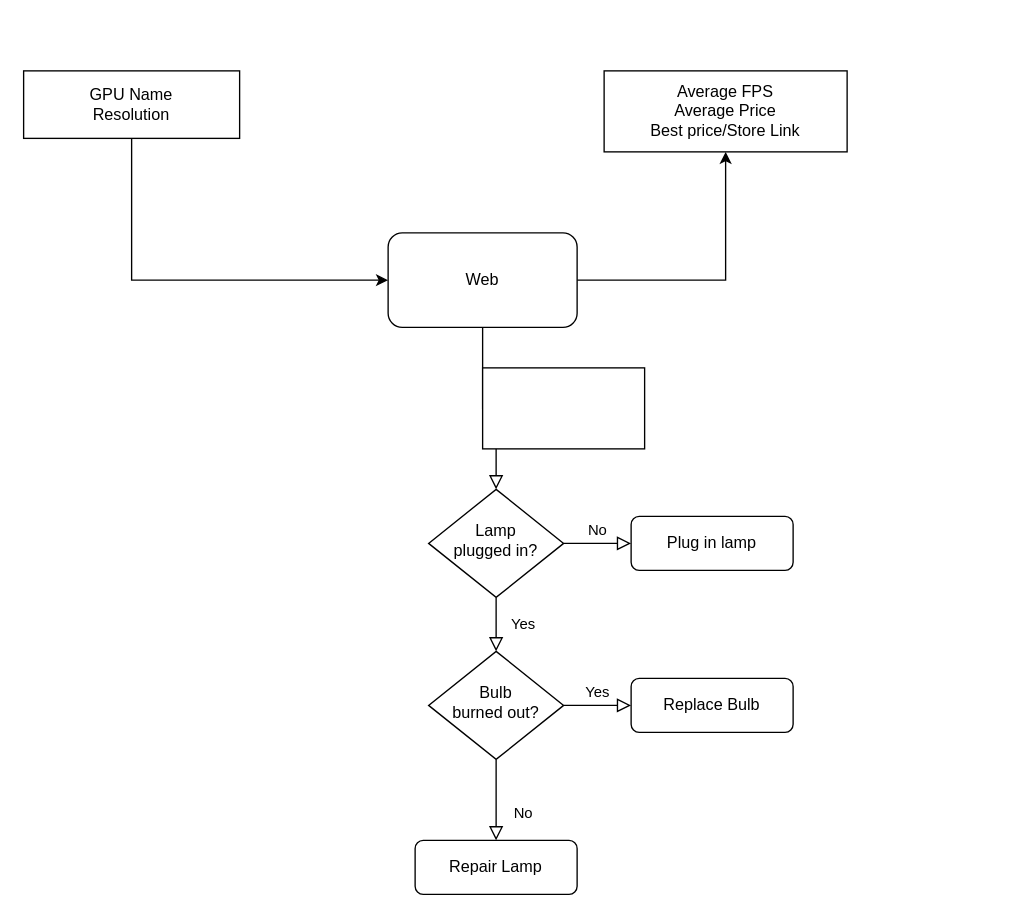
Before: VladsMachine.drawio in SouzaNascimento/VladsMachine, a draw.io diagram. Source tidied: cells renumbered, new cells numbered last; positions are measured from the earlier drawing's top-left corner, leaving out a move shared by most shapes. Both pictures are drawn from the tidied source at 135%, with x=0, y=0 at pixel (23, 70).
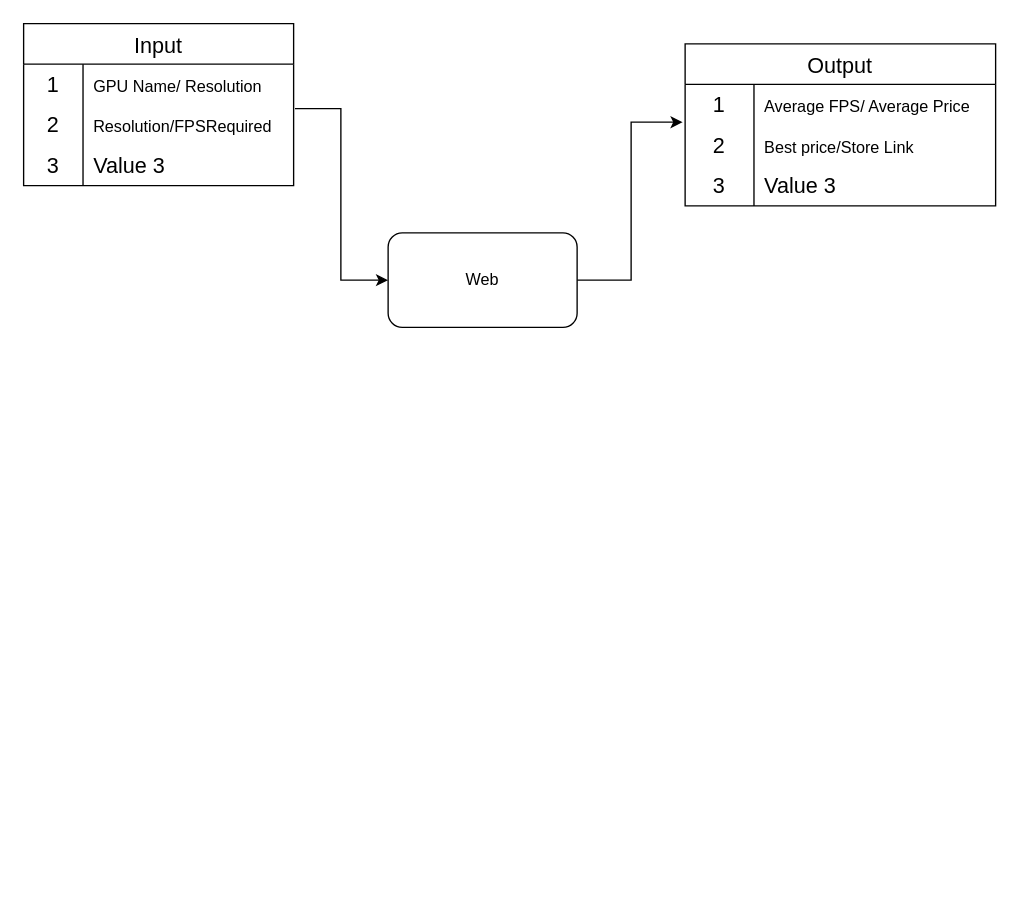
After the change.

Unchanged cells that the change refers to:
```xml
<mxCell id="4" value="Web" style="rounded=1;whiteSpace=wrap;html=1;fontSize=12;glass=0;strokeWidth=1;shadow=0;" parent="1" vertex="1">
  <mxGeometry x="270" y="120" width="140" height="70" as="geometry" />
</mxCell>
```

Change to the diagram source:
```diff
@@
-    <mxCell id="2" style="rounded=0;html=1;jettySize=auto;fontSize=11;endArrow=block;endFill=0;endSize=8;strokeWidth=1;shadow=0;labelBackgroundColor=none;edgeStyle=orthogonalEdgeStyle;" parent="1" edge="1" source="4" target="7">
-      <mxGeometry relative="1" as="geometry" />
-    </mxCell>
-    <mxCell id="3" style="edgeStyle=orthogonalEdgeStyle;rounded=0;jettySize=auto;html=1;entryX=0.5;entryY=1;entryDx=0;entryDy=0;" parent="1" edge="1" source="4" target="17">
+    <mxCell id="3" style="edgeStyle=orthogonalEdgeStyle;rounded=0;jettySize=auto;html=1;entryX=-0.008;entryY=-0.067;entryDx=0;entryDy=0;entryPerimeter=0;exitX=1;exitY=0.5;exitDx=0;exitDy=0;" parent="1" edge="1" source="4" target="32">
       <mxGeometry relative="1" as="geometry" />
     </mxCell>
@@
-    <mxCell id="5" value="Yes" style="rounded=0;html=1;jettySize=auto;fontSize=11;endArrow=block;endFill=0;endSize=8;strokeWidth=1;shadow=0;labelBackgroundColor=none;edgeStyle=orthogonalEdgeStyle;" parent="1" edge="1" source="7" target="11">
-      <mxGeometry y="20" relative="1" as="geometry" />
-    </mxCell>
-    <mxCell id="6" value="No" style="edgeStyle=orthogonalEdgeStyle;rounded=0;html=1;jettySize=auto;fontSize=11;endArrow=block;endFill=0;endSize=8;strokeWidth=1;shadow=0;labelBackgroundColor=none;" parent="1" edge="1" source="7" target="8">
-      <mxGeometry y="10" relative="1" as="geometry" />
-    </mxCell>
-    <mxCell id="7" value="Lamp&lt;br&gt;plugged in?" style="rhombus;whiteSpace=wrap;html=1;shadow=0;fontFamily=Helvetica;fontSize=12;align=center;strokeWidth=1;spacing=6;spacingTop=-4;" parent="1" vertex="1">
-      <mxGeometry x="300" y="310" width="100" height="80" as="geometry" />
-    </mxCell>
-    <mxCell id="8" value="Plug in lamp" style="rounded=1;whiteSpace=wrap;html=1;fontSize=12;glass=0;strokeWidth=1;shadow=0;" parent="1" vertex="1">
-      <mxGeometry x="450" y="330" width="120" height="40" as="geometry" />
-    </mxCell>
-    <mxCell id="9" value="No" style="rounded=0;html=1;jettySize=auto;fontSize=11;endArrow=block;endFill=0;endSize=8;strokeWidth=1;shadow=0;labelBackgroundColor=none;edgeStyle=orthogonalEdgeStyle;" parent="1" edge="1" source="11" target="12">
-      <mxGeometry x="0.33" y="20" relative="1" as="geometry" />
-    </mxCell>
-    <mxCell id="10" value="Yes" style="edgeStyle=orthogonalEdgeStyle;rounded=0;html=1;jettySize=auto;fontSize=11;endArrow=block;endFill=0;endSize=8;strokeWidth=1;shadow=0;labelBackgroundColor=none;" parent="1" edge="1" source="11" target="13">
-      <mxGeometry y="10" relative="1" as="geometry" />
-    </mxCell>
-    <mxCell id="11" value="Bulb&lt;br&gt;burned out?" style="rhombus;whiteSpace=wrap;html=1;shadow=0;fontFamily=Helvetica;fontSize=12;align=center;strokeWidth=1;spacing=6;spacingTop=-4;" parent="1" vertex="1">
-      <mxGeometry x="300" y="430" width="100" height="80" as="geometry" />
-    </mxCell>
-    <mxCell id="12" value="Repair Lamp" style="rounded=1;whiteSpace=wrap;html=1;fontSize=12;glass=0;strokeWidth=1;shadow=0;" parent="1" vertex="1">
-      <mxGeometry x="290" y="570" width="120" height="40" as="geometry" />
-    </mxCell>
-    <mxCell id="13" value="Replace Bulb" style="rounded=1;whiteSpace=wrap;html=1;fontSize=12;glass=0;strokeWidth=1;shadow=0;" parent="1" vertex="1">
-      <mxGeometry x="450" y="450" width="120" height="40" as="geometry" />
-    </mxCell>
-    <mxCell id="14" style="rounded=0;whiteSpace=wrap;html=1;" parent="1" vertex="1">
-      <mxGeometry x="340" y="220" width="120" height="60" as="geometry" />
-    </mxCell>
-    <mxCell id="15" style="edgeStyle=orthogonalEdgeStyle;rounded=0;jettySize=auto;html=1;exitX=0.5;exitY=1;exitDx=0;exitDy=0;entryX=0;entryY=0.5;entryDx=0;entryDy=0;" parent="1" edge="1" source="16" target="4">
+    <mxCell id="15" style="edgeStyle=orthogonalEdgeStyle;rounded=0;jettySize=auto;html=1;entryX=0;entryY=0.5;entryDx=0;entryDy=0;exitX=1.005;exitY=0.1;exitDx=0;exitDy=0;exitPerimeter=0;" parent="1" edge="1" source="22" target="4">
       <mxGeometry relative="1" as="geometry" />
     </mxCell>
-    <mxCell id="16" value="GPU Name&lt;div&gt;Resolution&lt;/div&gt;" style="rounded=0;whiteSpace=wrap;html=1;" parent="1" vertex="1">
-      <mxGeometry width="160" height="50" as="geometry" />
-    </mxCell>
-    <mxCell id="17" value="Average FPS&lt;div&gt;Average Price&lt;/div&gt;&lt;div&gt;Best price/Store Link&lt;/div&gt;" style="rounded=0;whiteSpace=wrap;html=1;" parent="1" vertex="1">
-      <mxGeometry x="430" width="180" height="60" as="geometry" />
-    </mxCell>
+    <mxCell id="18" value="Input" style="shape=table;startSize=30;childLayout=tableLayout;rowLines=0;fontStyle=0;strokeColor=default;fontSize=16;" parent="1" vertex="1">
+      <mxGeometry y="-35" width="200" height="120" as="geometry" />
+    </mxCell>
+    <mxCell id="19" style="shape=tableRow;horizontal=0;startSize=0;swimlaneHead=0;swimlaneBody=0;top=0;left=0;bottom=0;right=0;fillColor=none;strokeColor=inherit;fontSize=16;" parent="18" vertex="1">
+      <mxGeometry y="30" width="200" height="30" as="geometry" />
+    </mxCell>
+    <mxCell id="20" value="1" style="shape=partialRectangle;html=1;whiteSpace=wrap;fillColor=none;top=0;left=0;bottom=0;right=0;overflow=hidden;strokeColor=inherit;fontSize=16;" parent="19" vertex="1">
+      <mxGeometry width="44" height="30" as="geometry" />
+    </mxCell>
+    <mxCell id="21" value="&lt;span style=&quot;font-size: 12px; text-align: center;&quot;&gt;GPU Name/&amp;nbsp;&lt;/span&gt;&lt;span style=&quot;color: light-dark(rgb(0, 0, 0), rgb(255, 255, 255)); font-size: 12px; text-align: center; background-color: transparent;&quot;&gt;Resolution&lt;/span&gt;" style="shape=partialRectangle;html=1;whiteSpace=wrap;fillColor=none;top=0;left=0;bottom=0;right=0;align=left;spacingLeft=6;overflow=hidden;strokeColor=inherit;fontSize=16;" parent="19" vertex="1">
+      <mxGeometry x="44" width="156" height="30" as="geometry" />
+    </mxCell>
+    <mxCell id="22" style="shape=tableRow;horizontal=0;startSize=0;swimlaneHead=0;swimlaneBody=0;top=0;left=0;bottom=0;right=0;fillColor=none;points=[[0,0.5],[1,0.5]];portConstraint=eastwest;strokeColor=inherit;fontSize=16;" parent="18" vertex="1">
+      <mxGeometry y="60" width="200" height="30" as="geometry" />
+    </mxCell>
+    <mxCell id="23" value="2" style="shape=partialRectangle;html=1;whiteSpace=wrap;fillColor=none;top=0;left=0;bottom=0;right=0;overflow=hidden;strokeColor=inherit;fontSize=16;" parent="22" vertex="1">
+      <mxGeometry width="44" height="30" as="geometry" />
+    </mxCell>
+    <mxCell id="24" value="&lt;span style=&quot;font-size: 12px; text-align: center;&quot;&gt;Resolution/FPSRequired&lt;/span&gt;" style="shape=partialRectangle;html=1;whiteSpace=wrap;fillColor=none;top=0;left=0;bottom=0;right=0;align=left;spacingLeft=6;overflow=hidden;strokeColor=inherit;fontSize=16;" parent="22" vertex="1">
+      <mxGeometry x="44" width="156" height="30" as="geometry" />
+    </mxCell>
+    <mxCell id="25" style="shape=tableRow;horizontal=0;startSize=0;swimlaneHead=0;swimlaneBody=0;top=0;left=0;bottom=0;right=0;fillColor=none;strokeColor=inherit;fontSize=16;" parent="18" vertex="1">
+      <mxGeometry y="90" width="200" height="30" as="geometry" />
+    </mxCell>
+    <mxCell id="26" value="3" style="shape=partialRectangle;html=1;whiteSpace=wrap;fillColor=none;top=0;left=0;bottom=0;right=0;overflow=hidden;strokeColor=inherit;fontSize=16;" parent="25" vertex="1">
+      <mxGeometry width="44" height="30" as="geometry" />
+    </mxCell>
+    <mxCell id="27" value="Value 3" style="shape=partialRectangle;html=1;whiteSpace=wrap;fillColor=none;top=0;left=0;bottom=0;right=0;align=left;spacingLeft=6;overflow=hidden;strokeColor=inherit;fontSize=16;" parent="25" vertex="1">
+      <mxGeometry x="44" width="156" height="30" as="geometry" />
+    </mxCell>
+    <mxCell id="28" value="Output" style="shape=table;startSize=30;childLayout=tableLayout;rowLines=0;fontStyle=0;strokeColor=default;fontSize=16;" parent="1" vertex="1">
+      <mxGeometry x="490" y="-20" width="230" height="120" as="geometry" />
+    </mxCell>
+    <mxCell id="29" style="shape=tableRow;horizontal=0;startSize=0;swimlaneHead=0;swimlaneBody=0;top=0;left=0;bottom=0;right=0;fillColor=none;strokeColor=inherit;fontSize=16;" parent="28" vertex="1">
+      <mxGeometry y="30" width="230" height="30" as="geometry" />
+    </mxCell>
+    <mxCell id="30" value="1" style="shape=partialRectangle;html=1;whiteSpace=wrap;fillColor=none;top=0;left=0;bottom=0;right=0;overflow=hidden;strokeColor=inherit;fontSize=16;" parent="29" vertex="1">
+      <mxGeometry width="51" height="30" as="geometry" />
+    </mxCell>
+    <mxCell id="31" value="&lt;div style=&quot;text-align: center;&quot;&gt;&lt;span style=&quot;background-color: transparent; color: light-dark(rgb(0, 0, 0), rgb(255, 255, 255)); font-size: 12px;&quot;&gt;Average FPS/ Average Price&lt;/span&gt;&lt;/div&gt;" style="shape=partialRectangle;html=1;whiteSpace=wrap;fillColor=none;top=0;left=0;bottom=0;right=0;align=left;spacingLeft=6;overflow=hidden;strokeColor=inherit;fontSize=16;" parent="29" vertex="1">
+      <mxGeometry x="51" width="179" height="30" as="geometry" />
+    </mxCell>
+    <mxCell id="32" style="shape=tableRow;horizontal=0;startSize=0;swimlaneHead=0;swimlaneBody=0;top=0;left=0;bottom=0;right=0;fillColor=none;points=[[0,0.5],[1,0.5]];portConstraint=eastwest;strokeColor=inherit;fontSize=16;" parent="28" vertex="1">
+      <mxGeometry y="60" width="230" height="30" as="geometry" />
+    </mxCell>
+    <mxCell id="33" value="2" style="shape=partialRectangle;html=1;whiteSpace=wrap;fillColor=none;top=0;left=0;bottom=0;right=0;overflow=hidden;strokeColor=inherit;fontSize=16;" parent="32" vertex="1">
+      <mxGeometry width="51" height="30" as="geometry" />
+    </mxCell>
+    <mxCell id="34" value="&lt;span style=&quot;font-size: 12px; text-align: center;&quot;&gt;Best price/Store Link&lt;/span&gt;" style="shape=partialRectangle;html=1;whiteSpace=wrap;fillColor=none;top=0;left=0;bottom=0;right=0;align=left;spacingLeft=6;overflow=hidden;strokeColor=inherit;fontSize=16;" parent="32" vertex="1">
+      <mxGeometry x="51" width="179" height="30" as="geometry" />
+    </mxCell>
+    <mxCell id="35" style="shape=tableRow;horizontal=0;startSize=0;swimlaneHead=0;swimlaneBody=0;top=0;left=0;bottom=0;right=0;fillColor=none;strokeColor=inherit;fontSize=16;" parent="28" vertex="1">
+      <mxGeometry y="90" width="230" height="30" as="geometry" />
+    </mxCell>
+    <mxCell id="36" value="3" style="shape=partialRectangle;html=1;whiteSpace=wrap;fillColor=none;top=0;left=0;bottom=0;right=0;overflow=hidden;strokeColor=inherit;fontSize=16;" parent="35" vertex="1">
+      <mxGeometry width="51" height="30" as="geometry" />
+    </mxCell>
+    <mxCell id="37" value="Value 3" style="shape=partialRectangle;html=1;whiteSpace=wrap;fillColor=none;top=0;left=0;bottom=0;right=0;align=left;spacingLeft=6;overflow=hidden;strokeColor=inherit;fontSize=16;" parent="35" vertex="1">
+      <mxGeometry x="51" width="179" height="30" as="geometry" />
+    </mxCell>
```
